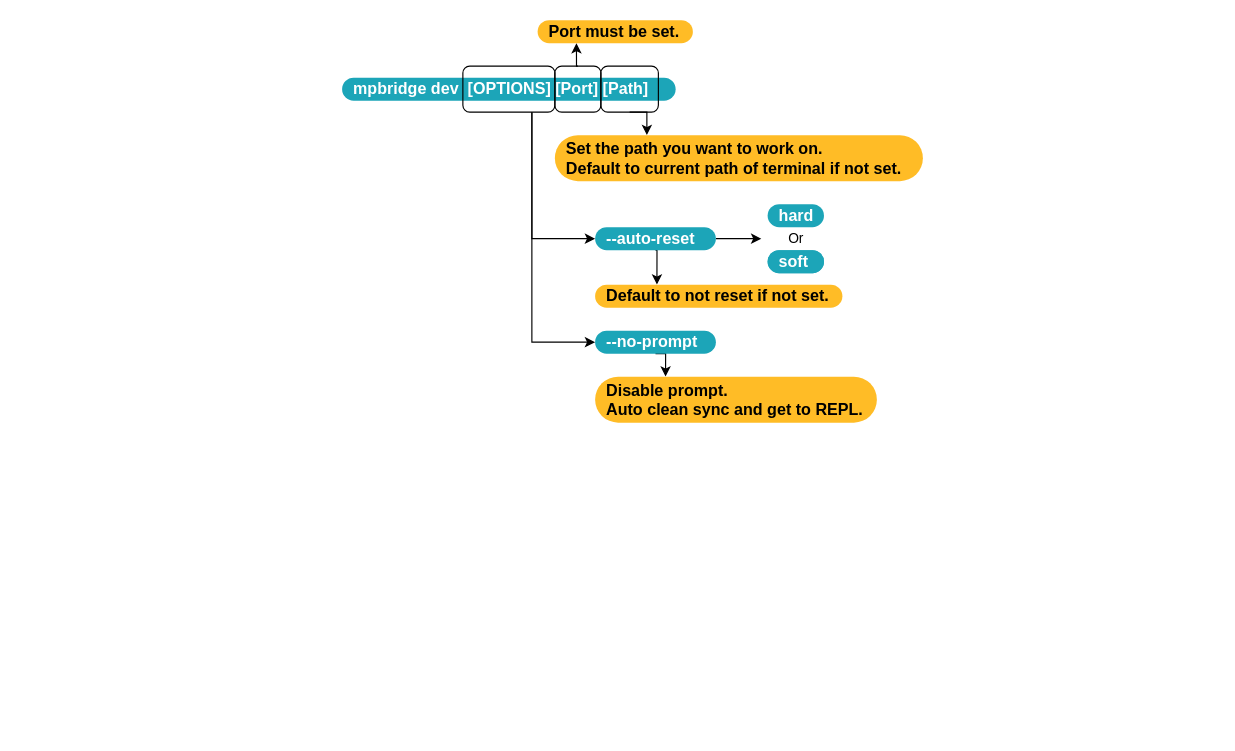
Above: mpbridge.drawio in Wind-stormger/mpbridge-drawio (draw.io), before the change. Source tidied: cells renumbered, new cells numbered last; positions are measured from the earlier drawing's top-left corner, leaving out a move shared by most shapes. Both pictures are drawn from the tidied source at 115%, with x=0, y=0 at pixel (342, 20).
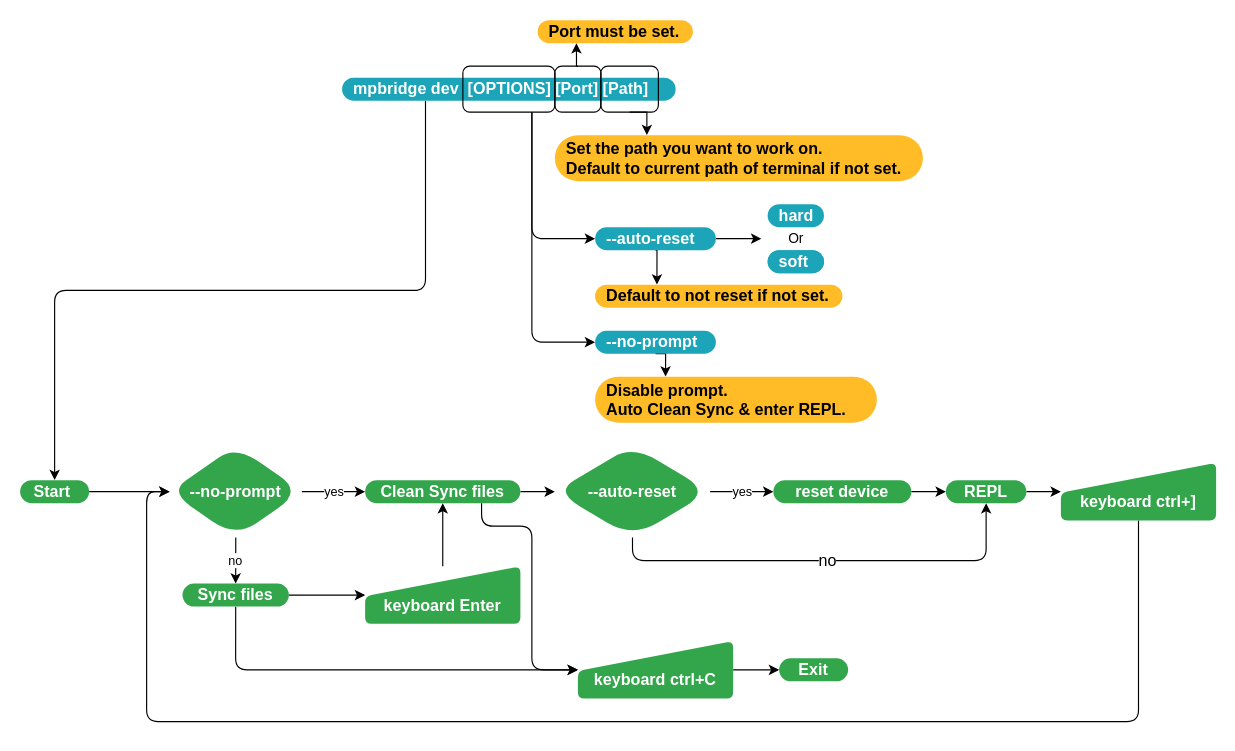
The same page after the edit.

Unchanged cells that the change refers to:
```xml
<mxCell id="2" value="mpbridge dev&amp;nbsp; [OPTIONS]&amp;nbsp;[Port] [Path]" style="rounded=1;whiteSpace=wrap;html=1;arcSize=50;strokeColor=none;strokeWidth=1;fillColor=#1CA5B8;fontColor=#ffffff;whiteSpace=wrap;align=left;verticalAlign=middle;spacingLeft=0;fontStyle=1;fontSize=14;spacing=10;" parent="1" vertex="1">
  <mxGeometry y="50" width="290" height="20" as="geometry" />
</mxCell>
<mxCell id="11" style="rounded=1;whiteSpace=wrap;html=1;fillStyle=auto;fillColor=none;" parent="1" vertex="1">
  <mxGeometry x="105" y="40" width="80" height="40" as="geometry" />
</mxCell>
<mxCell id="14" value="--auto-reset" style="rounded=1;whiteSpace=wrap;html=1;fontSize=14;align=left;fillColor=#1CA5B8;strokeColor=none;fontColor=#ffffff;arcSize=50;strokeWidth=1;spacingLeft=0;fontStyle=1;spacing=10;" parent="1" vertex="1">
  <mxGeometry x="220" y="180" width="105" height="20" as="geometry" />
</mxCell>
<mxCell id="23" value="--no-prompt" style="rounded=1;whiteSpace=wrap;html=1;fontSize=14;align=left;fillColor=#1CA5B8;strokeColor=none;fontColor=#ffffff;arcSize=50;strokeWidth=1;spacingLeft=0;fontStyle=1;spacing=10;" parent="1" vertex="1">
  <mxGeometry x="220" y="270" width="105" height="20" as="geometry" />
</mxCell>
```

Diff of the diagram source:
```diff
@@
+    <mxCell id="25" style="edgeStyle=orthogonalEdgeStyle;rounded=1;jettySize=auto;html=1;exitX=0.25;exitY=1;exitDx=0;exitDy=0;entryX=0.5;entryY=0;entryDx=0;entryDy=0;labelBorderColor=none;fontSize=14;fontColor=#000000;" parent="1" edge="1" source="2" target="27">
+      <mxGeometry relative="1" as="geometry" />
+    </mxCell>
@@
-    <mxCell id="9" style="edgeStyle=orthogonalEdgeStyle;rounded=0;jettySize=auto;html=1;exitX=0.75;exitY=1;exitDx=0;exitDy=0;entryX=0;entryY=0.5;entryDx=0;entryDy=0;startArrow=none;" parent="1" edge="1" source="11" target="14">
+    <mxCell id="9" style="edgeStyle=orthogonalEdgeStyle;rounded=1;jettySize=auto;html=1;exitX=0.75;exitY=1;exitDx=0;exitDy=0;entryX=0;entryY=0.5;entryDx=0;entryDy=0;startArrow=none;" parent="1" edge="1" source="11" target="14">
       <mxGeometry relative="1" as="geometry">
         <Array as="points">
           <mxPoint x="165" y="190" />
         </Array>
       </mxGeometry>
     </mxCell>
-    <mxCell id="10" style="edgeStyle=orthogonalEdgeStyle;rounded=0;jettySize=auto;html=1;exitX=0.75;exitY=1;exitDx=0;exitDy=0;entryX=0;entryY=0.5;entryDx=0;entryDy=0;" parent="1" edge="1" source="11" target="23">
+    <mxCell id="10" style="edgeStyle=orthogonalEdgeStyle;rounded=1;jettySize=auto;html=1;exitX=0.75;exitY=1;exitDx=0;exitDy=0;entryX=0;entryY=0.5;entryDx=0;entryDy=0;" parent="1" edge="1" source="11" target="23">
       <mxGeometry relative="1" as="geometry" />
     </mxCell>
@@
-    <mxCell id="24" value="Disable prompt.&lt;br&gt;Auto clean sync and get to  REPL." style="rounded=1;whiteSpace=wrap;html=1;arcSize=50;strokeColor=none;strokeWidth=1;fillColor=#FFBC26;fontColor=#000000;whiteSpace=wrap;align=left;verticalAlign=middle;spacingLeft=0;fontStyle=1;fontSize=14;spacing=10;" parent="1" vertex="1">
+    <mxCell id="24" value="Disable prompt.&lt;br&gt;Auto&amp;nbsp;Clean Sync &amp;amp; enter&amp;nbsp;REPL." style="rounded=1;whiteSpace=wrap;html=1;arcSize=50;strokeColor=none;strokeWidth=1;fillColor=#FFBC26;fontColor=#000000;whiteSpace=wrap;align=left;verticalAlign=middle;spacingLeft=0;fontStyle=1;fontSize=14;spacing=10;" parent="1" vertex="1">
       <mxGeometry x="220" y="310" width="245" height="40" as="geometry" />
     </mxCell>
+    <mxCell id="26" style="edgeStyle=orthogonalEdgeStyle;rounded=1;jettySize=auto;html=1;" parent="1" edge="1" source="27" target="30">
+      <mxGeometry relative="1" as="geometry" />
+    </mxCell>
+    <mxCell id="27" value="Start&amp;nbsp;" style="rounded=1;whiteSpace=wrap;html=1;arcSize=50;strokeColor=none;strokeWidth=1;fillColor=#33A64C;fontColor=#FFFFFF;whiteSpace=wrap;align=center;verticalAlign=middle;spacingLeft=0;fontStyle=1;fontSize=14;spacing=10;fillStyle=auto;" parent="1" vertex="1">
+      <mxGeometry x="-280" y="400" width="60" height="20" as="geometry" />
+    </mxCell>
+    <mxCell id="28" value="yes" style="edgeStyle=orthogonalEdgeStyle;rounded=1;jettySize=auto;html=1;" parent="1" edge="1" source="30" target="33">
+      <mxGeometry relative="1" as="geometry" />
+    </mxCell>
+    <mxCell id="29" value="no" style="edgeStyle=orthogonalEdgeStyle;rounded=1;jettySize=auto;html=1;labelBorderColor=none;fontColor=default;" parent="1" edge="1" source="30" target="41">
+      <mxGeometry relative="1" as="geometry" />
+    </mxCell>
+    <mxCell id="30" value="--no-prompt" style="rhombus;whiteSpace=wrap;html=1;fontSize=14;fillColor=#33A64C;strokeColor=none;fontColor=#FFFFFF;rounded=1;arcSize=50;strokeWidth=1;spacingLeft=0;fontStyle=1;spacing=10;fillStyle=auto;" parent="1" vertex="1">
+      <mxGeometry x="-150" y="370" width="115" height="80" as="geometry" />
+    </mxCell>
+    <mxCell id="31" style="edgeStyle=orthogonalEdgeStyle;rounded=1;jettySize=auto;html=1;fontColor=#000000;" parent="1" edge="1" source="33" target="36">
+      <mxGeometry relative="1" as="geometry" />
+    </mxCell>
+    <mxCell id="32" style="edgeStyle=orthogonalEdgeStyle;rounded=1;jettySize=auto;html=1;exitX=0.75;exitY=1;exitDx=0;exitDy=0;entryX=0;entryY=0.5;entryDx=0;entryDy=0;labelBorderColor=none;fontSize=14;fontColor=#000000;" parent="1" edge="1" source="33" target="49">
+      <mxGeometry relative="1" as="geometry">
+        <Array as="points">
+          <mxPoint x="121" y="440" />
+          <mxPoint x="165" y="440" />
+          <mxPoint x="165" y="565" />
+        </Array>
+      </mxGeometry>
+    </mxCell>
+    <mxCell id="33" value="Clean Sync files" style="whiteSpace=wrap;html=1;fontSize=14;fillColor=#33A64C;strokeColor=none;fontColor=#FFFFFF;rounded=1;arcSize=50;strokeWidth=1;spacingLeft=0;fontStyle=1;spacing=10;fillStyle=auto;" parent="1" vertex="1">
+      <mxGeometry x="20" y="400" width="135" height="20" as="geometry" />
+    </mxCell>
+    <mxCell id="34" value="yes" style="edgeStyle=orthogonalEdgeStyle;rounded=1;jettySize=auto;html=1;fontColor=default;labelBorderColor=none;" parent="1" edge="1" source="36" target="38">
+      <mxGeometry relative="1" as="geometry" />
+    </mxCell>
+    <mxCell id="35" value="no" style="edgeStyle=orthogonalEdgeStyle;rounded=1;jettySize=auto;html=1;exitX=0.5;exitY=1;exitDx=0;exitDy=0;entryX=0.5;entryY=1;entryDx=0;entryDy=0;labelBorderColor=none;fontSize=14;fontColor=#000000;" parent="1" edge="1" source="36" target="45">
+      <mxGeometry relative="1" as="geometry" />
+    </mxCell>
+    <mxCell id="36" value="--auto-reset" style="rhombus;whiteSpace=wrap;html=1;fontSize=14;fillColor=#33A64C;strokeColor=none;fontColor=#FFFFFF;rounded=1;arcSize=50;strokeWidth=1;spacingLeft=0;fontStyle=1;spacing=10;fillStyle=auto;" parent="1" vertex="1">
+      <mxGeometry x="185" y="370" width="135" height="80" as="geometry" />
+    </mxCell>
+    <mxCell id="37" style="edgeStyle=orthogonalEdgeStyle;rounded=1;jettySize=auto;html=1;labelBorderColor=none;fontSize=14;fontColor=#FFFFFF;" parent="1" edge="1" source="38" target="45">
+      <mxGeometry relative="1" as="geometry" />
+    </mxCell>
+    <mxCell id="38" value="reset device" style="whiteSpace=wrap;html=1;fontSize=14;fillColor=#33A64C;strokeColor=none;fontColor=#FFFFFF;rounded=1;arcSize=50;strokeWidth=1;spacingLeft=0;fontStyle=1;spacing=10;fillStyle=auto;" parent="1" vertex="1">
+      <mxGeometry x="375" y="400" width="120" height="20" as="geometry" />
+    </mxCell>
+    <mxCell id="39" style="edgeStyle=orthogonalEdgeStyle;rounded=1;jettySize=auto;html=1;labelBorderColor=none;fontSize=14;fontColor=#FFFFFF;" parent="1" edge="1" source="41" target="43">
+      <mxGeometry relative="1" as="geometry" />
+    </mxCell>
+    <mxCell id="40" style="edgeStyle=orthogonalEdgeStyle;rounded=1;jettySize=auto;html=1;exitX=0.5;exitY=1;exitDx=0;exitDy=0;entryX=0;entryY=0.5;entryDx=0;entryDy=0;labelBorderColor=none;fontSize=14;fontColor=#000000;" parent="1" edge="1" source="41" target="49">
+      <mxGeometry relative="1" as="geometry" />
+    </mxCell>
+    <mxCell id="41" value="Sync files" style="rounded=1;whiteSpace=wrap;html=1;arcSize=50;strokeColor=none;strokeWidth=1;fillColor=#33A64C;fontColor=#FFFFFF;whiteSpace=wrap;align=center;verticalAlign=middle;spacingLeft=0;fontStyle=1;fontSize=14;spacing=10;fillStyle=auto;" parent="1" vertex="1">
+      <mxGeometry x="-138.8" y="490" width="92.5" height="20" as="geometry" />
+    </mxCell>
+    <mxCell id="42" style="edgeStyle=orthogonalEdgeStyle;rounded=1;jettySize=auto;html=1;labelBorderColor=none;fontSize=14;fontColor=#FFFFFF;" parent="1" edge="1" source="43" target="33">
+      <mxGeometry relative="1" as="geometry" />
+    </mxCell>
+    <mxCell id="43" value="&lt;font color=&quot;#ffffff&quot; style=&quot;font-size: 14px;&quot;&gt;&lt;b&gt;&amp;nbsp; &amp;nbsp; &amp;nbsp; &lt;br&gt;keyboard Enter&lt;/b&gt;&lt;/font&gt;" style="html=1;strokeWidth=2;shape=manualInput;whiteSpace=wrap;rounded=1;size=26;arcSize=11;fillStyle=auto;strokeColor=none;fillColor=#33a64c;" parent="1" vertex="1">
+      <mxGeometry x="20" y="475" width="135" height="50" as="geometry" />
+    </mxCell>
+    <mxCell id="44" style="edgeStyle=orthogonalEdgeStyle;rounded=1;jettySize=auto;html=1;labelBorderColor=none;fontSize=14;fontColor=#FFFFFF;" parent="1" edge="1" source="45" target="47">
+      <mxGeometry relative="1" as="geometry" />
+    </mxCell>
+    <mxCell id="45" value="REPL" style="whiteSpace=wrap;html=1;fontSize=14;fillColor=#33A64C;strokeColor=none;fontColor=#FFFFFF;rounded=1;arcSize=50;strokeWidth=1;spacingLeft=0;fontStyle=1;spacing=10;fillStyle=auto;" parent="1" vertex="1">
+      <mxGeometry x="525" y="400" width="70" height="20" as="geometry" />
+    </mxCell>
+    <mxCell id="46" style="edgeStyle=orthogonalEdgeStyle;rounded=1;jettySize=auto;html=1;exitX=0.5;exitY=1;exitDx=0;exitDy=0;entryX=0;entryY=0.5;entryDx=0;entryDy=0;labelBorderColor=none;fontSize=14;fontColor=#000000;" parent="1" edge="1" source="47" target="30">
+      <mxGeometry relative="1" as="geometry">
+        <Array as="points">
+          <mxPoint x="693" y="610" />
+          <mxPoint x="-170" y="610" />
+          <mxPoint x="-170" y="410" />
+        </Array>
+      </mxGeometry>
+    </mxCell>
+    <mxCell id="47" value="&lt;font color=&quot;#ffffff&quot; style=&quot;font-size: 14px;&quot;&gt;&lt;b&gt;&amp;nbsp; &amp;nbsp; &amp;nbsp; &lt;br&gt;keyboard ctrl+]&lt;/b&gt;&lt;/font&gt;" style="html=1;strokeWidth=2;shape=manualInput;whiteSpace=wrap;rounded=1;size=26;arcSize=11;fillStyle=auto;strokeColor=none;fillColor=#33a64c;" parent="1" vertex="1">
+      <mxGeometry x="625" y="385" width="135" height="50" as="geometry" />
+    </mxCell>
+    <mxCell id="48" style="edgeStyle=orthogonalEdgeStyle;rounded=1;jettySize=auto;html=1;exitX=1;exitY=0.5;exitDx=0;exitDy=0;entryX=0;entryY=0.5;entryDx=0;entryDy=0;labelBorderColor=none;fontSize=14;fontColor=#000000;" parent="1" edge="1" source="49" target="50">
+      <mxGeometry relative="1" as="geometry" />
+    </mxCell>
+    <mxCell id="49" value="&lt;font color=&quot;#ffffff&quot; style=&quot;font-size: 14px;&quot;&gt;&lt;b&gt;&amp;nbsp; &amp;nbsp; &amp;nbsp; &lt;br&gt;keyboard ctrl+C&lt;/b&gt;&lt;/font&gt;" style="html=1;strokeWidth=2;shape=manualInput;whiteSpace=wrap;rounded=1;size=26;arcSize=11;fillStyle=auto;strokeColor=none;fillColor=#33a64c;" parent="1" vertex="1">
+      <mxGeometry x="205" y="540" width="135" height="50" as="geometry" />
+    </mxCell>
+    <mxCell id="50" value="Exit" style="rounded=1;whiteSpace=wrap;html=1;arcSize=50;strokeColor=none;strokeWidth=1;fillColor=#33A64C;fontColor=#FFFFFF;whiteSpace=wrap;align=center;verticalAlign=middle;spacingLeft=0;fontStyle=1;fontSize=14;spacing=10;fillStyle=auto;" parent="1" vertex="1">
+      <mxGeometry x="380" y="555" width="60" height="20" as="geometry" />
+    </mxCell>
```
